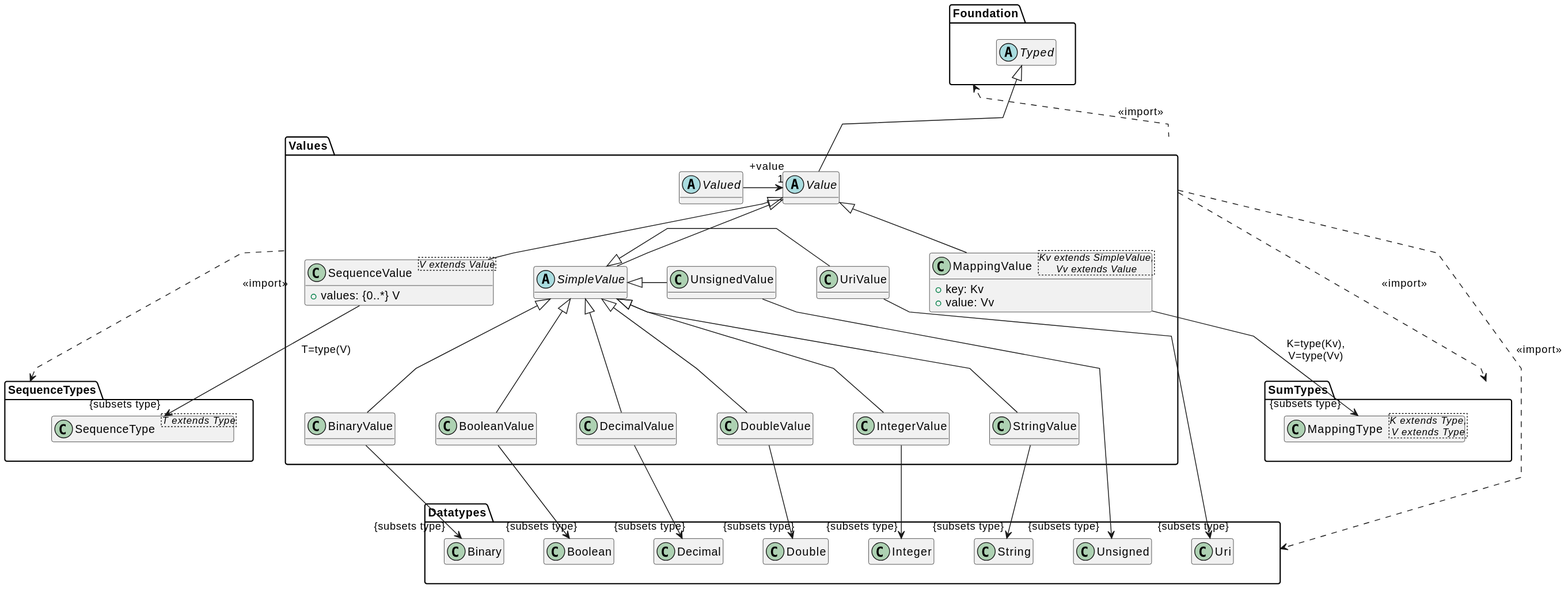
Above: docs/metamodel-values.svg in sdm-lang/sdml-io (PlantUML), before the change. Its diagram source:
```plantuml
@startuml
skinparam backgroundColor transparent
skinparam linetype polyline
skinparam nodesep 50
hide methods

package Foundation {
    hide members
    abstract class Typed {}
}

package Datatypes {
    hide members
    class Binary {}
    class Boolean {}
    class Decimal {}
    class Double {}
    class Integer {}
    class String {}
    class Unsigned {}
    class Uri {}
}

package SequenceTypes {
    hide members
    class "SequenceType<T extends Type>" as g_Sequence {}
}

package SumTypes {
    hide members
    class "MappingType<K extends Type,\nV extends Type>" as g_MappingType
}

package Values {
    abstract class Value {}
    Value -up-|> Typed

    abstract class Valued {}
    Valued ---right---> "+value\r1" Value

    abstract class SimpleValue {}
    SimpleValue -up-|> Value

    class BinaryValue {}
    BinaryValue -up-|> SimpleValue
    BinaryValue --> "{subsets type}" Binary

    class BooleanValue {}
    BooleanValue -up-|> SimpleValue
    BooleanValue --> "{subsets type}" Boolean

    class DecimalValue {}
    DecimalValue -up-|> SimpleValue
    DecimalValue --> "{subsets type}" Decimal

    class DoubleValue {}
    DoubleValue -up-|> SimpleValue
    DoubleValue --> "{subsets type}" Double

    class IntegerValue {}
    IntegerValue -up-|> SimpleValue
    IntegerValue --> "{subsets type}" Integer

    class StringValue {}
    StringValue -up-|> SimpleValue
    StringValue --> "{subsets type}" String

    class UnsignedValue {}
    UnsignedValue -|> SimpleValue
    UnsignedValue --> "{subsets type}" Unsigned

    class UriValue {}
    UriValue -|> SimpleValue
    UriValue --> "{subsets type}" Uri

    class "MappingValue<Kv extends SimpleValue,\nVv extends Value>" as g_Mapping {
        +key: Kv
        +value: Vv
    }
    g_Mapping -up-|> Value
    g_Mapping --> "{subsets type}" g_MappingType: "K=type(Kv),\nV=type(Vv)"

    class "SequenceValue<V extends Value>" as g_SequenceValue {
        +values: {0..*} V
    }
    g_SequenceValue -up-|> Value
    g_SequenceValue --> "{subsets type}" g_Sequence: "T=type(V)"
}

Values .up.> Foundation: <<import>>
Values .down.> Datatypes: <<import>>
Values .down.> SequenceTypes: <<import>>
Values .down.> SumTypes: <<import>>
@enduml
```
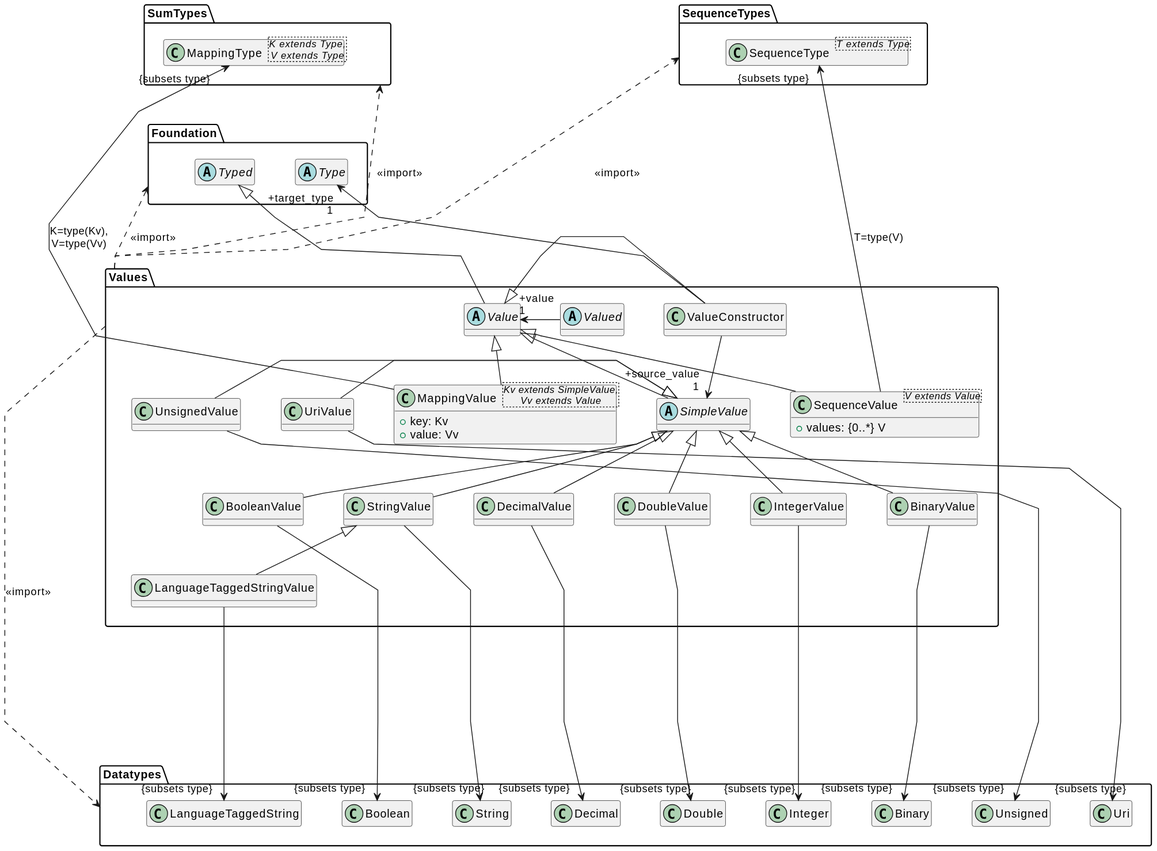
Above is the later version.

What changed in the source:
```diff
@@ -6,6 +6,7 @@
 
 package Foundation {
     hide members
+    abstract class Type {}
     abstract class Typed {}
 }
 
@@ -17,6 +18,7 @@
     class Double {}
     class Integer {}
     class String {}
+    class LanguageTaggedString {}
     class Unsigned {}
     class Uri {}
 }
@@ -36,55 +38,64 @@
     Value -up-|> Typed
 
     abstract class Valued {}
-    Valued ---right---> "+value\r1" Value
+    Valued ---left---> "+value\l1" Value
 
     abstract class SimpleValue {}
     SimpleValue -up-|> Value
 
     class BinaryValue {}
     BinaryValue -up-|> SimpleValue
-    BinaryValue --> "{subsets type}" Binary
+    BinaryValue --down--> "{subsets type}" Binary
 
     class BooleanValue {}
     BooleanValue -up-|> SimpleValue
-    BooleanValue --> "{subsets type}" Boolean
+    BooleanValue --down--> "{subsets type}" Boolean
 
     class DecimalValue {}
     DecimalValue -up-|> SimpleValue
-    DecimalValue --> "{subsets type}" Decimal
+    DecimalValue --down--> "{subsets type}" Decimal
 
     class DoubleValue {}
     DoubleValue -up-|> SimpleValue
-    DoubleValue --> "{subsets type}" Double
+    DoubleValue --down--> "{subsets type}" Double
 
     class IntegerValue {}
     IntegerValue -up-|> SimpleValue
-    IntegerValue --> "{subsets type}" Integer
+    IntegerValue --down--> "{subsets type}" Integer
 
     class StringValue {}
     StringValue -up-|> SimpleValue
-    StringValue --> "{subsets type}" String
+    StringValue --down--> "{subsets type}" String
+
+    class LanguageTaggedStringValue {}
+    LanguageTaggedStringValue -up-|> StringValue
+    LanguageTaggedStringValue --down--> "{subsets type}" LanguageTaggedString
 
     class UnsignedValue {}
     UnsignedValue -|> SimpleValue
-    UnsignedValue --> "{subsets type}" Unsigned
+    UnsignedValue --down--> "{subsets type}" Unsigned
 
     class UriValue {}
     UriValue -|> SimpleValue
-    UriValue --> "{subsets type}" Uri
+    UriValue --down--> "{subsets type}" Uri
 
     class "MappingValue<Kv extends SimpleValue,\nVv extends Value>" as g_Mapping {
         +key: Kv
         +value: Vv
     }
     g_Mapping -up-|> Value
-    g_Mapping --> "{subsets type}" g_MappingType: "K=type(Kv),\nV=type(Vv)"
+    g_Mapping --up--> "{subsets type}" g_MappingType: "K=type(Kv),\nV=type(Vv)"
 
     class "SequenceValue<V extends Value>" as g_SequenceValue {
         +values: {0..*} V
     }
     g_SequenceValue -up-|> Value
-    g_SequenceValue --> "{subsets type}" g_Sequence: "T=type(V)"
+    g_SequenceValue --up--> "{subsets type}" g_Sequence: "T=type(V)"
+
+    class ValueConstructor
+    ValueConstructor -|> Value
+    ValueConstructor --> "+target_type\r1" Type
+    ValueConstructor --> "+source_value\r1" SimpleValue
 }
 
 Values .up.> Foundation: <<import>>
```
